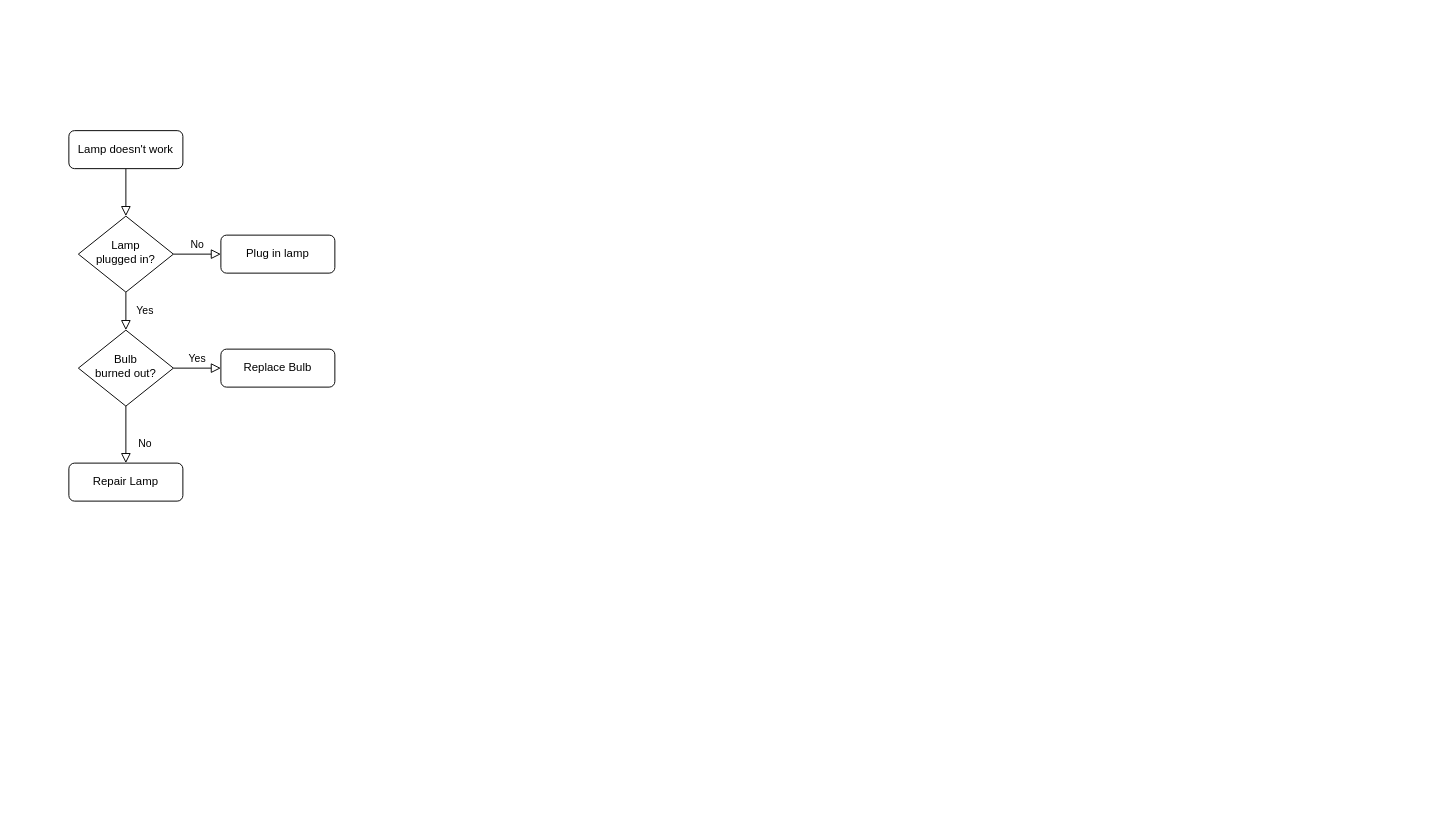
4379224321/figure keeps this draw.io diagram as CukooFilter.drawio. Above is the earlier version. Source tidied: cells renumbered, new cells numbered last; positions are measured from the earlier drawing's top-left corner, leaving out a move shared by most shapes. Both pictures are drawn from the tidied source at 95%, with x=0, y=0 at pixel (68, 130).
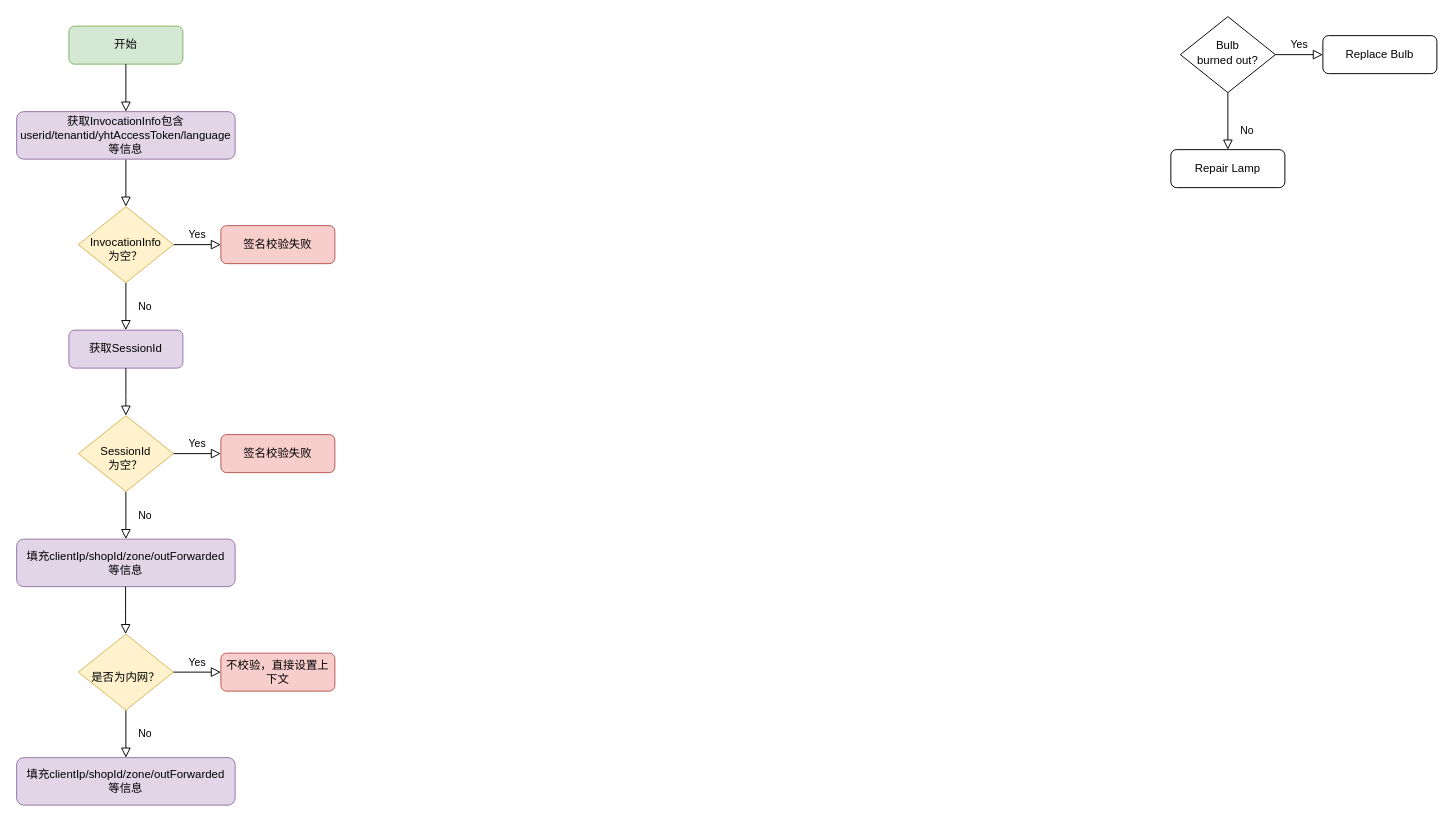
The same diagram, later.

The edit, as a diff of the source:
```diff
@@
-    <mxCell id="3" value="Lamp doesn't work" style="rounded=1;whiteSpace=wrap;html=1;fontSize=12;glass=0;strokeWidth=1;shadow=0;" parent="1" vertex="1">
-      <mxGeometry width="120" height="40" as="geometry" />
+    <mxCell id="3" value="获取InvocationInfo包含userid/tenantid/yhtAccessToken/language等信息" style="rounded=1;whiteSpace=wrap;html=1;fontSize=12;glass=0;strokeWidth=1;shadow=0;fillColor=#e1d5e7;strokeColor=#9673a6;" parent="1" vertex="1">
+      <mxGeometry x="-55" y="-20" width="230" height="50" as="geometry" />
     </mxCell>
-    <mxCell id="4" value="Yes" style="rounded=0;html=1;jettySize=auto;fontSize=11;endArrow=block;endFill=0;endSize=8;strokeWidth=1;shadow=0;labelBackgroundColor=none;edgeStyle=orthogonalEdgeStyle;" parent="1" edge="1" source="6" target="10">
+    <mxCell id="4" value="No" style="rounded=0;html=1;jettySize=auto;fontSize=11;endArrow=block;endFill=0;endSize=8;strokeWidth=1;shadow=0;labelBackgroundColor=none;edgeStyle=orthogonalEdgeStyle;entryX=0.5;entryY=0;entryDx=0;entryDy=0;" parent="1" edge="1" source="6" target="15">
       <mxGeometry y="20" relative="1" as="geometry" />
     </mxCell>
-    <mxCell id="5" value="No" style="edgeStyle=orthogonalEdgeStyle;rounded=0;html=1;jettySize=auto;fontSize=11;endArrow=block;endFill=0;endSize=8;strokeWidth=1;shadow=0;labelBackgroundColor=none;" parent="1" edge="1" source="6" target="7">
+    <mxCell id="5" value="Yes" style="edgeStyle=orthogonalEdgeStyle;rounded=0;html=1;jettySize=auto;fontSize=11;endArrow=block;endFill=0;endSize=8;strokeWidth=1;shadow=0;labelBackgroundColor=none;" parent="1" edge="1" source="6" target="7">
       <mxGeometry y="10" relative="1" as="geometry" />
     </mxCell>
-    <mxCell id="6" value="Lamp&lt;br&gt;plugged in?" style="rhombus;whiteSpace=wrap;html=1;shadow=0;fontFamily=Helvetica;fontSize=12;align=center;strokeWidth=1;spacing=6;spacingTop=-4;" parent="1" vertex="1">
-      <mxGeometry x="10" y="90" width="100" height="80" as="geometry" />
+    <mxCell id="6" value="&lt;br&gt;InvocationInfo&lt;br&gt;为空？" style="rhombus;whiteSpace=wrap;html=1;shadow=0;fontFamily=Helvetica;fontSize=12;align=center;strokeWidth=1;spacing=6;spacingTop=-4;fillColor=#fff2cc;strokeColor=#d6b656;" parent="1" vertex="1">
+      <mxGeometry x="10" y="80" width="100" height="80" as="geometry" />
     </mxCell>
-    <mxCell id="7" value="Plug in lamp" style="rounded=1;whiteSpace=wrap;html=1;fontSize=12;glass=0;strokeWidth=1;shadow=0;" parent="1" vertex="1">
-      <mxGeometry x="160" y="110" width="120" height="40" as="geometry" />
+    <mxCell id="7" value="签名校验失败" style="rounded=1;whiteSpace=wrap;html=1;fontSize=12;glass=0;strokeWidth=1;shadow=0;fillColor=#f8cecc;strokeColor=#b85450;" parent="1" vertex="1">
+      <mxGeometry x="160" y="100" width="120" height="40" as="geometry" />
     </mxCell>
@@
     <mxCell id="10" value="Bulb&lt;br&gt;burned out?" style="rhombus;whiteSpace=wrap;html=1;shadow=0;fontFamily=Helvetica;fontSize=12;align=center;strokeWidth=1;spacing=6;spacingTop=-4;" parent="1" vertex="1">
-      <mxGeometry x="10" y="210" width="100" height="80" as="geometry" />
+      <mxGeometry x="1170" y="-120" width="100" height="80" as="geometry" />
     </mxCell>
     <mxCell id="11" value="Repair Lamp" style="rounded=1;whiteSpace=wrap;html=1;fontSize=12;glass=0;strokeWidth=1;shadow=0;" parent="1" vertex="1">
-      <mxGeometry y="350" width="120" height="40" as="geometry" />
+      <mxGeometry x="1160" y="20" width="120" height="40" as="geometry" />
     </mxCell>
     <mxCell id="12" value="Replace Bulb" style="rounded=1;whiteSpace=wrap;html=1;fontSize=12;glass=0;strokeWidth=1;shadow=0;" parent="1" vertex="1">
-      <mxGeometry x="160" y="230" width="120" height="40" as="geometry" />
+      <mxGeometry x="1320" y="-100" width="120" height="40" as="geometry" />
     </mxCell>
+    <mxCell id="13" value="开始" style="rounded=1;whiteSpace=wrap;html=1;fontSize=12;glass=0;strokeWidth=1;shadow=0;fillColor=#d5e8d4;strokeColor=#82b366;" parent="1" vertex="1">
+      <mxGeometry y="-110" width="120" height="40" as="geometry" />
+    </mxCell>
+    <mxCell id="14" style="rounded=0;html=1;jettySize=auto;fontSize=11;endArrow=block;endFill=0;endSize=8;strokeWidth=1;shadow=0;labelBackgroundColor=none;edgeStyle=orthogonalEdgeStyle;entryX=0.5;entryY=0;entryDx=0;entryDy=0;exitX=0.5;exitY=1;exitDx=0;exitDy=0;" parent="1" edge="1" source="13" target="3">
+      <mxGeometry relative="1" as="geometry" />
+    </mxCell>
+    <mxCell id="15" value="获取SessionId" style="rounded=1;whiteSpace=wrap;html=1;fontSize=12;glass=0;strokeWidth=1;shadow=0;fillColor=#e1d5e7;strokeColor=#9673a6;" parent="1" vertex="1">
+      <mxGeometry y="210" width="120" height="40" as="geometry" />
+    </mxCell>
+    <mxCell id="16" value="No" style="rounded=0;html=1;jettySize=auto;fontSize=11;endArrow=block;endFill=0;endSize=8;strokeWidth=1;shadow=0;labelBackgroundColor=none;edgeStyle=orthogonalEdgeStyle;entryX=0.5;entryY=0;entryDx=0;entryDy=0;" parent="1" edge="1" source="18" target="21">
+      <mxGeometry y="20" relative="1" as="geometry" />
+    </mxCell>
+    <mxCell id="17" value="Yes" style="edgeStyle=orthogonalEdgeStyle;rounded=0;html=1;jettySize=auto;fontSize=11;endArrow=block;endFill=0;endSize=8;strokeWidth=1;shadow=0;labelBackgroundColor=none;" parent="1" edge="1" source="18" target="19">
+      <mxGeometry y="10" relative="1" as="geometry" />
+    </mxCell>
+    <mxCell id="18" value="&lt;br&gt;SessionId&lt;br&gt;为空？" style="rhombus;whiteSpace=wrap;html=1;shadow=0;fontFamily=Helvetica;fontSize=12;align=center;strokeWidth=1;spacing=6;spacingTop=-4;fillColor=#fff2cc;strokeColor=#d6b656;" parent="1" vertex="1">
+      <mxGeometry x="10" y="300" width="100" height="80" as="geometry" />
+    </mxCell>
+    <mxCell id="19" value="签名校验失败" style="rounded=1;whiteSpace=wrap;html=1;fontSize=12;glass=0;strokeWidth=1;shadow=0;fillColor=#f8cecc;strokeColor=#b85450;" parent="1" vertex="1">
+      <mxGeometry x="160" y="320" width="120" height="40" as="geometry" />
+    </mxCell>
+    <mxCell id="20" style="rounded=0;html=1;jettySize=auto;orthogonalLoop=1;fontSize=11;endArrow=block;endFill=0;endSize=8;strokeWidth=1;shadow=0;labelBackgroundColor=none;edgeStyle=orthogonalEdgeStyle;" parent="1" edge="1">
+      <mxGeometry relative="1" as="geometry">
+        <mxPoint x="60" y="250" as="sourcePoint" />
+        <mxPoint x="60" y="300" as="targetPoint" />
+        <Array as="points">
+          <mxPoint x="60" y="280" />
+          <mxPoint x="60" y="280" />
+        </Array>
+      </mxGeometry>
+    </mxCell>
+    <mxCell id="21" value="填充clientIp/shopId/zone/outForwarded&lt;br&gt;等信息" style="rounded=1;whiteSpace=wrap;html=1;fontSize=12;glass=0;strokeWidth=1;shadow=0;fillColor=#e1d5e7;strokeColor=#9673a6;" parent="1" vertex="1">
+      <mxGeometry x="-55" y="430" width="230" height="50" as="geometry" />
+    </mxCell>
+    <mxCell id="22" value="No" style="rounded=0;html=1;jettySize=auto;fontSize=11;endArrow=block;endFill=0;endSize=8;strokeWidth=1;shadow=0;labelBackgroundColor=none;edgeStyle=orthogonalEdgeStyle;entryX=0.5;entryY=0;entryDx=0;entryDy=0;" parent="1" edge="1" source="24" target="26">
+      <mxGeometry y="20" relative="1" as="geometry" />
+    </mxCell>
+    <mxCell id="23" value="Yes" style="edgeStyle=orthogonalEdgeStyle;rounded=0;html=1;jettySize=auto;fontSize=11;endArrow=block;endFill=0;endSize=8;strokeWidth=1;shadow=0;labelBackgroundColor=none;" parent="1" edge="1" source="24" target="25">
+      <mxGeometry y="10" relative="1" as="geometry" />
+    </mxCell>
+    <mxCell id="24" value="&lt;br&gt;是否为内网？" style="rhombus;whiteSpace=wrap;html=1;shadow=0;fontFamily=Helvetica;fontSize=12;align=center;strokeWidth=1;spacing=6;spacingTop=-4;fillColor=#fff2cc;strokeColor=#d6b656;" parent="1" vertex="1">
+      <mxGeometry x="10" y="530" width="100" height="80" as="geometry" />
+    </mxCell>
+    <mxCell id="25" value="不校验，直接设置上下文" style="rounded=1;whiteSpace=wrap;html=1;fontSize=12;glass=0;strokeWidth=1;shadow=0;fillColor=#f8cecc;strokeColor=#b85450;" parent="1" vertex="1">
+      <mxGeometry x="160" y="550" width="120" height="40" as="geometry" />
+    </mxCell>
+    <mxCell id="26" value="填充clientIp/shopId/zone/outForwarded&lt;br&gt;等信息" style="rounded=1;whiteSpace=wrap;html=1;fontSize=12;glass=0;strokeWidth=1;shadow=0;fillColor=#e1d5e7;strokeColor=#9673a6;" parent="1" vertex="1">
+      <mxGeometry x="-55" y="660" width="230" height="50" as="geometry" />
+    </mxCell>
+    <mxCell id="27" style="rounded=0;html=1;jettySize=auto;orthogonalLoop=1;fontSize=11;endArrow=block;endFill=0;endSize=8;strokeWidth=1;shadow=0;labelBackgroundColor=none;edgeStyle=orthogonalEdgeStyle;" parent="1" edge="1">
+      <mxGeometry relative="1" as="geometry">
+        <mxPoint x="59.7" y="480" as="sourcePoint" />
+        <mxPoint x="59.7" y="530" as="targetPoint" />
+        <Array as="points">
+          <mxPoint x="59.7" y="510" />
+          <mxPoint x="59.7" y="510" />
+        </Array>
+      </mxGeometry>
+    </mxCell>
```
